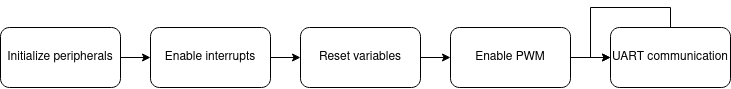
SR-Madsen/ElectricGoKart keeps this draw.io diagram as Overview/MainFlow.png. Above is the earlier version. Source tidied: cells renumbered, new cells last; positions are measured from the earlier drawing's top-left corner, leaving out a move shared by most shapes. Source of this version:
```xml
<mxGraphModel>
  <root>
    <mxCell id="0" />
    <mxCell id="1" parent="0" />
    <mxCell id="2" style="edgeStyle=orthogonalEdgeStyle;rounded=0;jettySize=auto;html=1;startArrow=none;startFill=0;" parent="1" edge="1" source="3" target="5">
      <mxGeometry relative="1" as="geometry" />
    </mxCell>
    <mxCell id="3" value="Initialize peripherals" style="rounded=1;whiteSpace=wrap;html=1;" parent="1" vertex="1">
      <mxGeometry y="20" width="120" height="60" as="geometry" />
    </mxCell>
    <mxCell id="4" style="edgeStyle=orthogonalEdgeStyle;rounded=0;jettySize=auto;html=1;startArrow=none;startFill=0;" parent="1" edge="1" source="5" target="7">
      <mxGeometry relative="1" as="geometry" />
    </mxCell>
    <mxCell id="5" value="Enable interrupts" style="whiteSpace=wrap;html=1;rounded=1;" parent="1" vertex="1">
      <mxGeometry x="150" y="20" width="120" height="60" as="geometry" />
    </mxCell>
    <mxCell id="6" style="edgeStyle=orthogonalEdgeStyle;rounded=0;jettySize=auto;html=1;startArrow=none;startFill=0;" parent="1" edge="1" source="7" target="9">
      <mxGeometry relative="1" as="geometry" />
    </mxCell>
    <mxCell id="7" value="Reset variables" style="whiteSpace=wrap;html=1;rounded=1;" parent="1" vertex="1">
      <mxGeometry x="300" y="20" width="120" height="60" as="geometry" />
    </mxCell>
    <mxCell id="8" style="edgeStyle=orthogonalEdgeStyle;rounded=0;jettySize=auto;html=1;startArrow=none;startFill=0;" parent="1" edge="1" source="9" target="10">
      <mxGeometry relative="1" as="geometry" />
    </mxCell>
    <mxCell id="9" value="Enable PWM" style="whiteSpace=wrap;html=1;rounded=1;" parent="1" vertex="1">
      <mxGeometry x="450" y="20" width="120" height="60" as="geometry" />
    </mxCell>
    <mxCell id="10" value="UART communication" style="whiteSpace=wrap;html=1;rounded=1;" parent="1" vertex="1">
      <mxGeometry x="610" y="20" width="120" height="60" as="geometry" />
    </mxCell>
    <mxCell id="11" style="edgeStyle=orthogonalEdgeStyle;rounded=0;orthogonalLoop=1;jettySize=auto;html=1;exitX=0.5;exitY=0;exitDx=0;exitDy=0;entryX=0;entryY=0.5;entryDx=0;entryDy=0;startArrow=none;startFill=0;" parent="1" edge="1" source="10" target="10">
      <mxGeometry relative="1" as="geometry">
        <Array as="points">
          <mxPoint x="670" />
          <mxPoint x="590" />
          <mxPoint x="590" y="50" />
        </Array>
      </mxGeometry>
    </mxCell>
  </root>
</mxGraphModel>
```
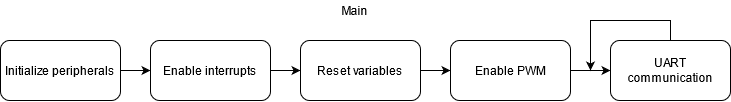
The same file after the commit.

Change to the diagram source:
```diff
@@ -29,8 +29,9 @@
     <mxCell id="10" value="UART communication" style="whiteSpace=wrap;html=1;rounded=1;" parent="1" vertex="1">
       <mxGeometry x="610" y="20" width="120" height="60" as="geometry" />
     </mxCell>
-    <mxCell id="11" style="edgeStyle=orthogonalEdgeStyle;rounded=0;orthogonalLoop=1;jettySize=auto;html=1;exitX=0.5;exitY=0;exitDx=0;exitDy=0;entryX=0;entryY=0.5;entryDx=0;entryDy=0;startArrow=none;startFill=0;" parent="1" edge="1" source="10" target="10">
+    <mxCell id="11" style="edgeStyle=orthogonalEdgeStyle;rounded=0;jettySize=auto;html=1;exitX=0.5;exitY=0;exitDx=0;exitDy=0;startArrow=none;startFill=0;" parent="1" edge="1" source="10">
       <mxGeometry relative="1" as="geometry">
+        <mxPoint x="590" y="50" as="targetPoint" />
         <Array as="points">
           <mxPoint x="670" />
           <mxPoint x="590" />
@@ -38,5 +39,8 @@
         </Array>
       </mxGeometry>
     </mxCell>
+    <mxCell id="12" value="Main" style="text;html=1;align=center;verticalAlign=middle;strokeColor=none;" parent="1" vertex="1">
+      <mxGeometry x="334" y="-20" width="40" height="20" as="geometry" />
+    </mxCell>
   </root>
 </mxGraphModel>
```
